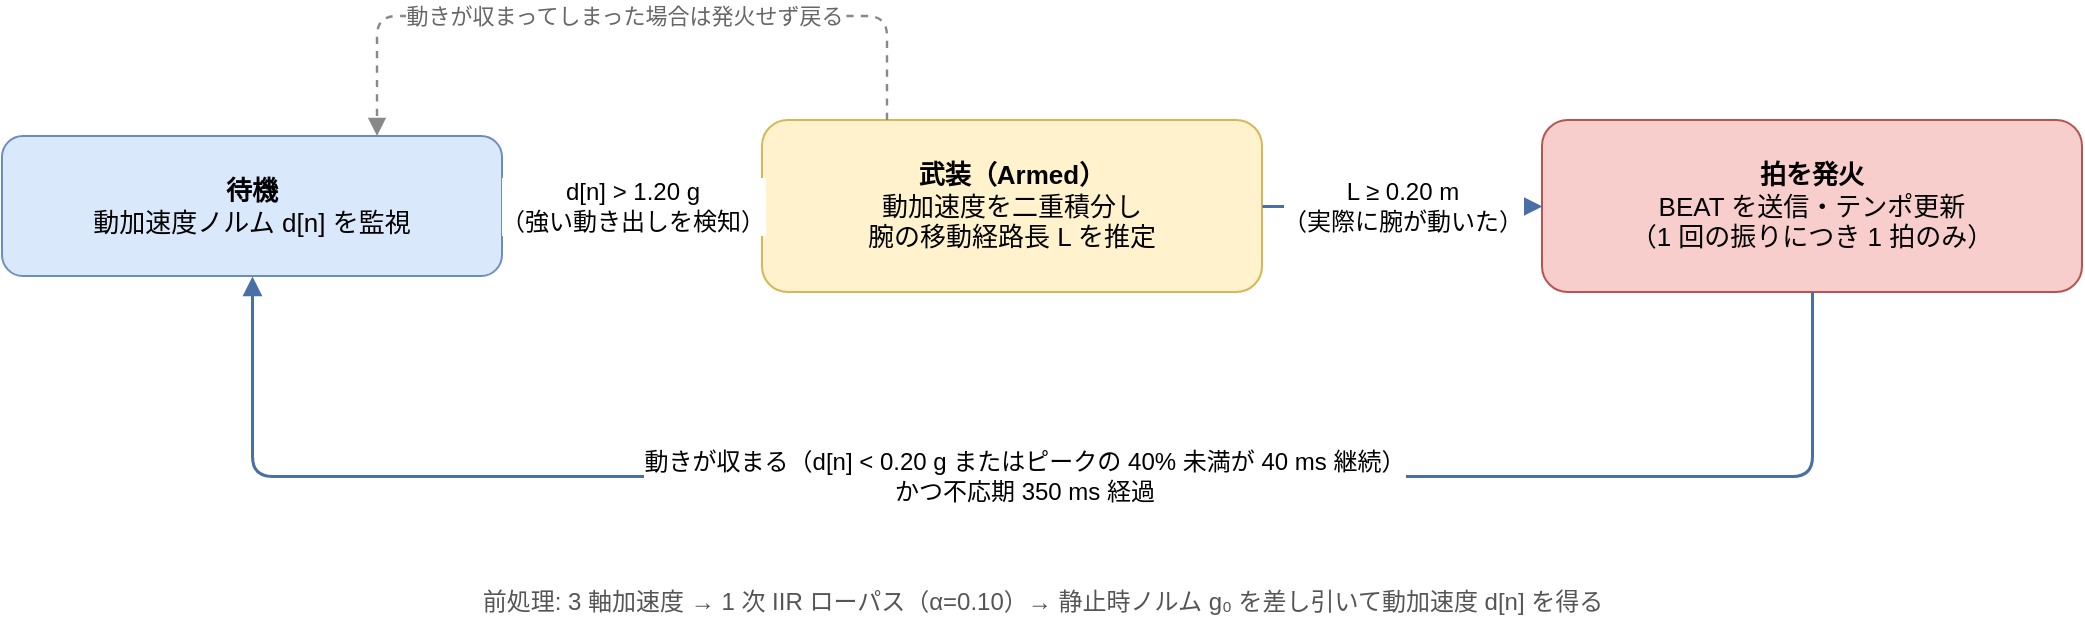
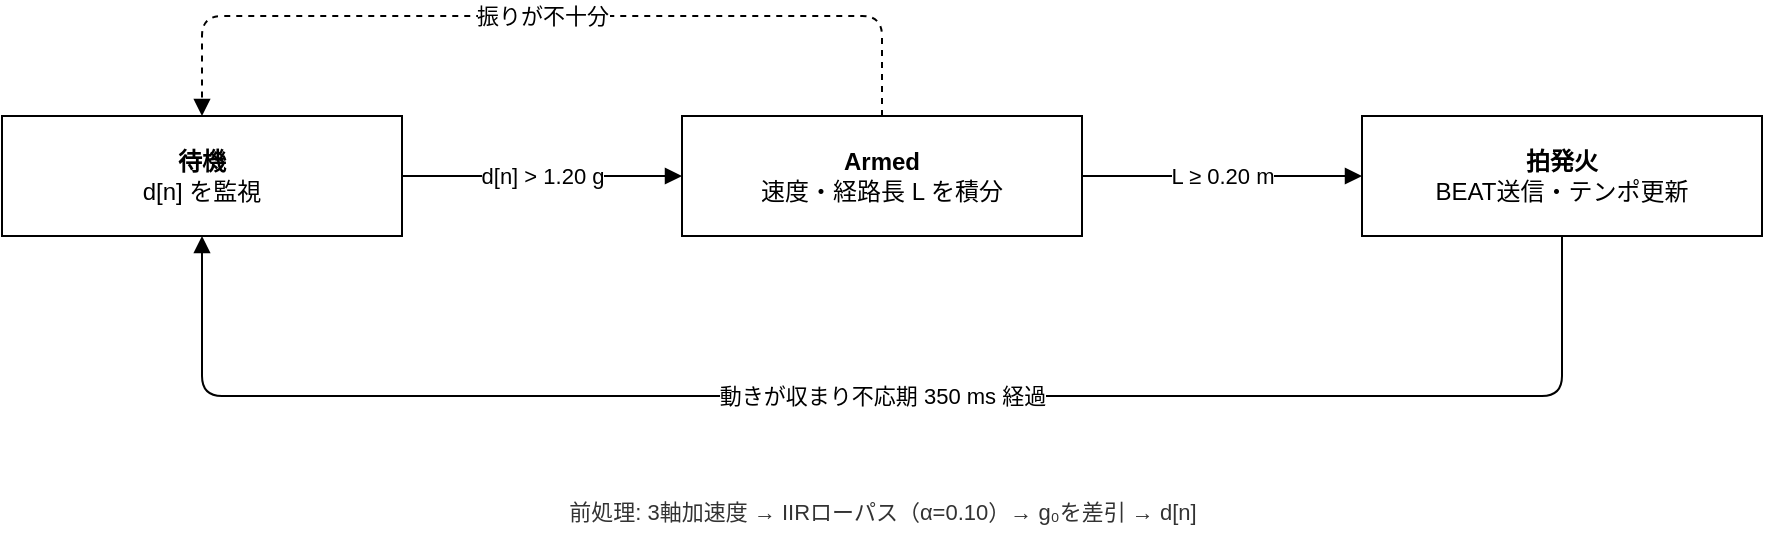
<mxfile host="Claude">
  <diagram id="beat-detection" name="拍検出の状態機械">
-     <mxGraphModel dx="1200" dy="420" grid="0" gridSize="10" guides="1" tooltips="1" connect="1" arrows="1" fold="1" page="1" pageScale="1" pageWidth="1200" pageHeight="420" math="0" shadow="0">
+     <mxGraphModel dx="1000" dy="340" grid="0" gridSize="10" guides="1" tooltips="1" connect="1" arrows="1" fold="1" page="1" pageScale="1" pageWidth="1000" pageHeight="340" math="0" shadow="0">
      <root>
        <mxCell id="0"/>
        <mxCell id="1" parent="0"/>
-         <!-- 状態ボックス -->
-         <mxCell id="idle" value="&lt;b&gt;待機&lt;/b&gt;&lt;br&gt;動加速度ノルム d[n] を監視" style="rounded=1;whiteSpace=wrap;html=1;fillColor=#DAE8FC;strokeColor=#6C8EBF;fontSize=13;" vertex="1" parent="1"><mxGeometry x="40" y="120" width="250" height="70" as="geometry"/></mxCell>
-         <mxCell id="armed" value="&lt;b&gt;武装（Armed）&lt;/b&gt;&lt;br&gt;動加速度を二重積分し&lt;br&gt;腕の移動経路長 L を推定" style="rounded=1;whiteSpace=wrap;html=1;fillColor=#FFF2CC;strokeColor=#D6B656;fontSize=13;" vertex="1" parent="1"><mxGeometry x="420" y="112" width="250" height="86" as="geometry"/></mxCell>
-         <mxCell id="fired" value="&lt;b&gt;拍を発火&lt;/b&gt;&lt;br&gt;BEAT を送信・テンポ更新&lt;br&gt;（1 回の振りにつき 1 拍のみ）" style="rounded=1;whiteSpace=wrap;html=1;fillColor=#F8CECC;strokeColor=#B85450;fontSize=13;" vertex="1" parent="1"><mxGeometry x="810" y="112" width="270" height="86" as="geometry"/></mxCell>
-         <!-- 遷移 -->
-         <mxCell id="e1" value="d[n] &amp;gt; 1.20 g&lt;br&gt;（強い動き出しを検知）" style="endArrow=block;html=1;strokeColor=#4A6FA5;strokeWidth=1.5;fontSize=12;exitX=1;exitY=0.5;entryX=0;entryY=0.5;" edge="1" parent="1" source="idle" target="armed"><mxGeometry relative="1" as="geometry"/></mxCell>
-         <mxCell id="e2" value="L ≥ 0.20 m&lt;br&gt;（実際に腕が動いた）" style="endArrow=block;html=1;strokeColor=#4A6FA5;strokeWidth=1.5;fontSize=12;exitX=1;exitY=0.5;entryX=0;entryY=0.5;" edge="1" parent="1" source="armed" target="fired"><mxGeometry relative="1" as="geometry"/></mxCell>
-         <mxCell id="e3" value="動きが収まる（d[n] &amp;lt; 0.20 g またはピークの 40% 未満が 40 ms 継続）&lt;br&gt;かつ不応期 350 ms 経過" style="endArrow=block;html=1;strokeColor=#4A6FA5;strokeWidth=1.5;fontSize=12;exitX=0.5;exitY=1;entryX=0.5;entryY=1;curved=0;edgeStyle=orthogonalEdgeStyle;" edge="1" parent="1" source="fired" target="idle"><mxGeometry relative="1" as="geometry"><Array as="points"><mxPoint x="945" y="290"/><mxPoint x="165" y="290"/></Array></mxGeometry></mxCell>
-         <mxCell id="e4" value="動きが収まってしまった場合は発火せず戻る" style="endArrow=block;html=1;dashed=1;strokeColor=#888888;strokeWidth=1.2;fontSize=11;fontColor=#666666;exitX=0.25;exitY=0;entryX=0.75;entryY=0;curved=0;edgeStyle=orthogonalEdgeStyle;" edge="1" parent="1" source="armed" target="idle"><mxGeometry relative="1" as="geometry"><Array as="points"><mxPoint x="482" y="60"/><mxPoint x="227" y="60"/></Array></mxGeometry></mxCell>
-         <!-- 前処理注記 -->
-         <mxCell id="pre" value="前処理: 3 軸加速度 → 1 次 IIR ローパス（α=0.10）→ 静止時ノルム g₀ を差し引いて動加速度 d[n] を得る" style="text;html=1;align=center;verticalAlign=middle;fontSize=12;fontColor=#555555;" vertex="1" parent="1"><mxGeometry x="120" y="340" width="880" height="26" as="geometry"/></mxCell>
+         <mxCell id="idle" value="&lt;b&gt;待機&lt;/b&gt;&lt;br&gt;d[n] を監視" style="whiteSpace=wrap;html=1;fillColor=#FFFFFF;strokeColor=#000000;fontSize=12;" vertex="1" parent="1"><mxGeometry x="30" y="100" width="200" height="60" as="geometry"/></mxCell>
+         <mxCell id="armed" value="&lt;b&gt;Armed&lt;/b&gt;&lt;br&gt;速度・経路長 L を積分" style="whiteSpace=wrap;html=1;fillColor=#FFFFFF;strokeColor=#000000;fontSize=12;" vertex="1" parent="1"><mxGeometry x="370" y="100" width="200" height="60" as="geometry"/></mxCell>
+         <mxCell id="fired" value="&lt;b&gt;拍発火&lt;/b&gt;&lt;br&gt;BEAT送信・テンポ更新" style="whiteSpace=wrap;html=1;fillColor=#FFFFFF;strokeColor=#000000;fontSize=12;" vertex="1" parent="1"><mxGeometry x="710" y="100" width="200" height="60" as="geometry"/></mxCell>
+         <mxCell id="e1" value="d[n] &amp;gt; 1.20 g" style="endArrow=block;endFill=1;html=1;strokeColor=#000000;strokeWidth=1;fontSize=11;exitX=1;exitY=0.5;entryX=0;entryY=0.5;" edge="1" parent="1" source="idle" target="armed"><mxGeometry relative="1" as="geometry"/></mxCell>
+         <mxCell id="e2" value="L ≥ 0.20 m" style="endArrow=block;endFill=1;html=1;strokeColor=#000000;strokeWidth=1;fontSize=11;exitX=1;exitY=0.5;entryX=0;entryY=0.5;" edge="1" parent="1" source="armed" target="fired"><mxGeometry relative="1" as="geometry"/></mxCell>
+         <mxCell id="e3" value="動きが収まり不応期 350 ms 経過" style="endArrow=block;endFill=1;html=1;strokeColor=#000000;strokeWidth=1;fontSize=11;exitX=0.5;exitY=1;entryX=0.5;entryY=1;edgeStyle=orthogonalEdgeStyle;" edge="1" parent="1" source="fired" target="idle"><mxGeometry relative="1" as="geometry"><Array as="points"><mxPoint x="810" y="240"/><mxPoint x="130" y="240"/></Array></mxGeometry></mxCell>
+         <mxCell id="e4" value="振りが不十分" style="endArrow=block;endFill=1;html=1;strokeColor=#000000;strokeWidth=1;fontSize=11;dashed=1;exitX=0.5;exitY=0;entryX=0.5;entryY=0;edgeStyle=orthogonalEdgeStyle;" edge="1" parent="1" source="armed" target="idle"><mxGeometry relative="1" as="geometry"><Array as="points"><mxPoint x="470" y="50"/><mxPoint x="130" y="50"/></Array></mxGeometry></mxCell>
+         <mxCell id="note" value="前処理: 3軸加速度 → IIRローパス（α=0.10）→ g₀を差引 → d[n]" style="text;html=1;align=center;verticalAlign=middle;fontSize=11;fontColor=#333333;" vertex="1" parent="1"><mxGeometry x="100" y="286" width="740" height="24" as="geometry"/></mxCell>
      </root>
    </mxGraphModel>
  </diagram>
</mxfile>
